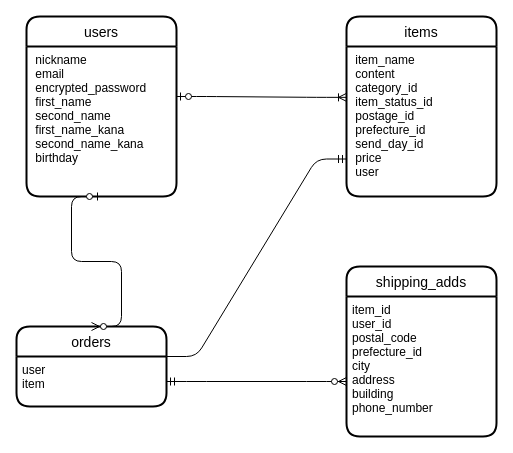
Earlier version of the draw.io diagram frima-37983.dio (junoota0115/furima-37983). Source tidied: cells renumbered, new cells numbered last; positions are measured from the earlier drawing's top-left corner, leaving out a move shared by most shapes. Both pictures are drawn from the tidied source at 100%, with x=0, y=0 at pixel (16, 16).
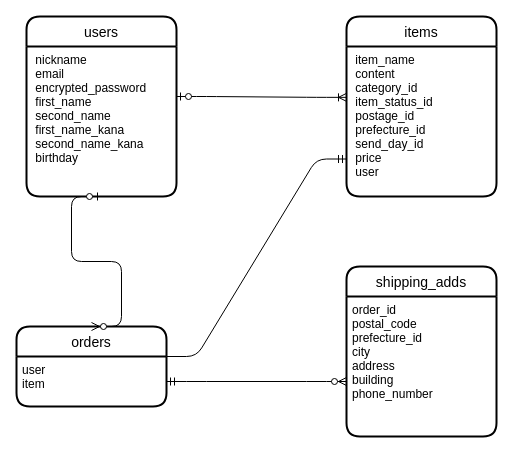
The same diagram, later.

Commit message (it also covers changes not shown here):
README orderテーブルカラム

Change to the diagram source:
```diff
@@
 <mxGraphModel>
   <root>
     <mxCell id="0" />
     <mxCell id="1" parent="0" />
     <mxCell id="2" value="users" style="swimlane;horizontal=1;startSize=30;rounded=1;fontSize=14;fontStyle=0;strokeWidth=2;shadow=0;dashed=0;align=center;" parent="1" vertex="1">
       <mxGeometry x="10" width="150" height="180" as="geometry" />
     </mxCell>
     <mxCell id="3" value=" nickname&#10; email &#10; encrypted_password &#10; first_name &#10; second_name &#10; first_name_kana &#10; second_name_kana &#10; birthday" style="align=left;strokeColor=none;fillColor=none;spacingLeft=4;fontSize=12;verticalAlign=top;" parent="2" vertex="1">
       <mxGeometry y="30" width="150" height="150" as="geometry" />
     </mxCell>
     <mxCell id="4" value="shipping_adds" style="swimlane;horizontal=1;startSize=30;rounded=1;fontSize=14;fontStyle=0;strokeWidth=2;shadow=0;dashed=0;align=center;" parent="1" vertex="1">
       <mxGeometry x="330" y="250" width="150" height="170" as="geometry" />
     </mxCell>
-    <mxCell id="5" value="item_id&#10;user_id&#10;postal_code &#10;prefecture_id&#10;city &#10;address &#10;building &#10;phone_number" style="align=left;strokeColor=none;fillColor=none;spacingLeft=4;fontSize=12;verticalAlign=top;" parent="4" vertex="1">
+    <mxCell id="5" value="order_id&#10;postal_code &#10;prefecture_id&#10;city &#10;address &#10;building &#10;phone_number" style="align=left;strokeColor=none;fillColor=none;spacingLeft=4;fontSize=12;verticalAlign=top;" parent="4" vertex="1">
       <mxGeometry y="30" width="150" height="140" as="geometry" />
     </mxCell>
     <mxCell id="6" value="orders" style="swimlane;horizontal=1;startSize=30;rounded=1;fontSize=14;fontStyle=0;strokeWidth=2;shadow=0;dashed=0;align=center;" parent="1" vertex="1">
       <mxGeometry y="310" width="150" height="80" as="geometry" />
     </mxCell>
     <mxCell id="7" value="user&#10;item" style="align=left;strokeColor=none;fillColor=none;spacingLeft=4;fontSize=12;verticalAlign=top;" parent="6" vertex="1">
       <mxGeometry y="30" width="150" height="50" as="geometry" />
     </mxCell>
     <mxCell id="8" value="items" style="swimlane;horizontal=1;startSize=30;rounded=1;fontSize=14;fontStyle=0;strokeWidth=2;shadow=0;dashed=0;align=center;" parent="1" vertex="1">
       <mxGeometry x="330" width="150" height="180" as="geometry" />
     </mxCell>
     <mxCell id="9" value=" item_name&#10; content &#10; category_id&#10; item_status_id &#10; postage_id &#10; prefecture_id &#10; send_day_id  &#10; price  &#10; user        " style="align=left;strokeColor=none;fillColor=none;spacingLeft=4;fontSize=12;verticalAlign=top;" parent="8" vertex="1">
       <mxGeometry y="30" width="150" height="150" as="geometry" />
     </mxCell>
     <mxCell id="10" style="edgeStyle=entityRelationEdgeStyle;fontSize=12;html=1;endArrow=ERoneToMany;startArrow=ERzeroToOne;entryX=0;entryY=0.339;entryDx=0;entryDy=0;entryPerimeter=0;" parent="1" edge="1" target="9">
       <mxGeometry relative="1" as="geometry">
         <mxPoint x="160" y="80" as="sourcePoint" />
       </mxGeometry>
     </mxCell>
     <mxCell id="11" style="edgeStyle=entityRelationEdgeStyle;fontSize=12;html=1;endArrow=ERzeroToMany;startArrow=ERzeroToOne;entryX=0.5;entryY=0;entryDx=0;entryDy=0;exitX=0.5;exitY=1;exitDx=0;exitDy=0;" parent="1" edge="1" source="3" target="6">
       <mxGeometry relative="1" as="geometry" />
     </mxCell>
     <mxCell id="12" style="edgeStyle=entityRelationEdgeStyle;fontSize=12;html=1;endArrow=ERzeroToMany;startArrow=ERmandOne;exitX=1;exitY=0.5;exitDx=0;exitDy=0;" parent="1" edge="1" source="7">
       <mxGeometry relative="1" as="geometry">
         <mxPoint x="330" y="365" as="targetPoint" />
       </mxGeometry>
     </mxCell>
     <mxCell id="13" style="edgeStyle=entityRelationEdgeStyle;fontSize=12;html=1;endArrow=ERmandOne;entryX=0;entryY=0.75;entryDx=0;entryDy=0;" parent="1" edge="1" target="9">
       <mxGeometry relative="1" as="geometry">
         <mxPoint x="150" y="340" as="sourcePoint" />
       </mxGeometry>
     </mxCell>
   </root>
 </mxGraphModel>
```
